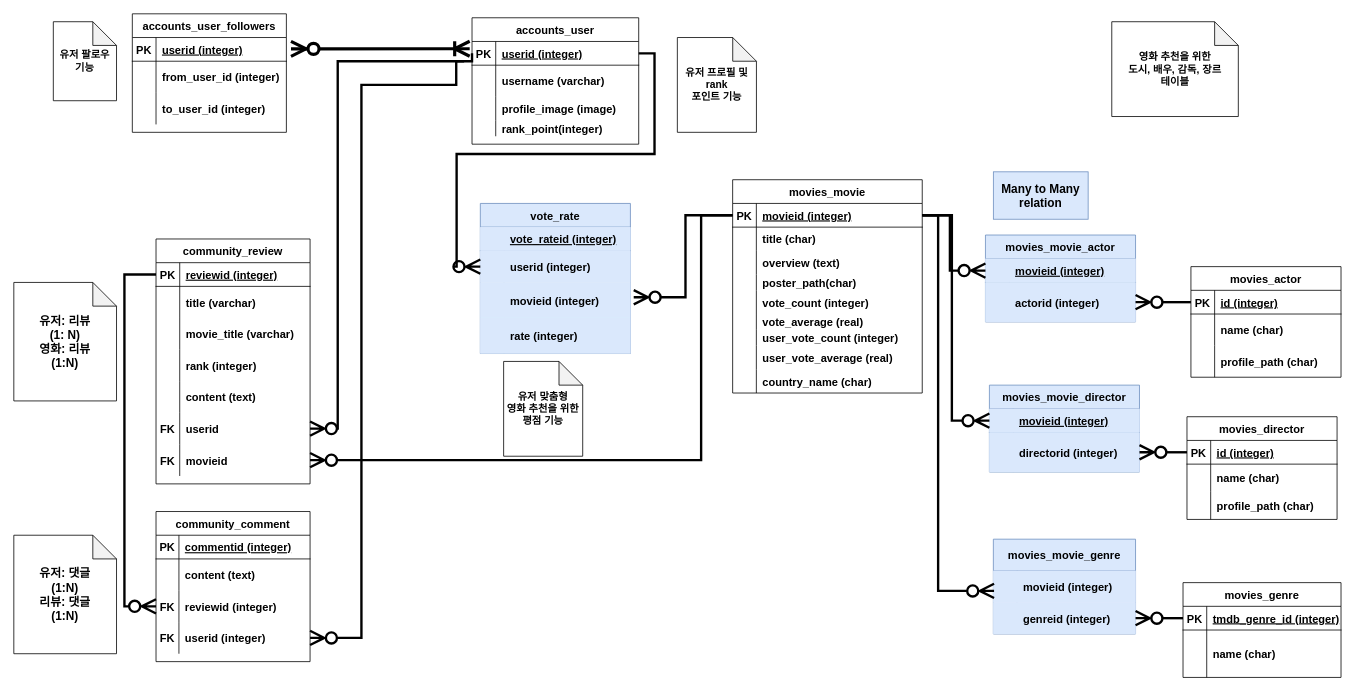
The draw.io diagram sqlite-learn/prac_sql/movie_pjt.drawio in Santiago-kwp/TIL, before the edit. Source tidied: cells renumbered, new cells numbered last; positions are measured from the earlier drawing's top-left corner, leaving out a move shared by most shapes. Both pictures are drawn from the tidied source at 79%, with x=0, y=0 at pixel (13, 13).
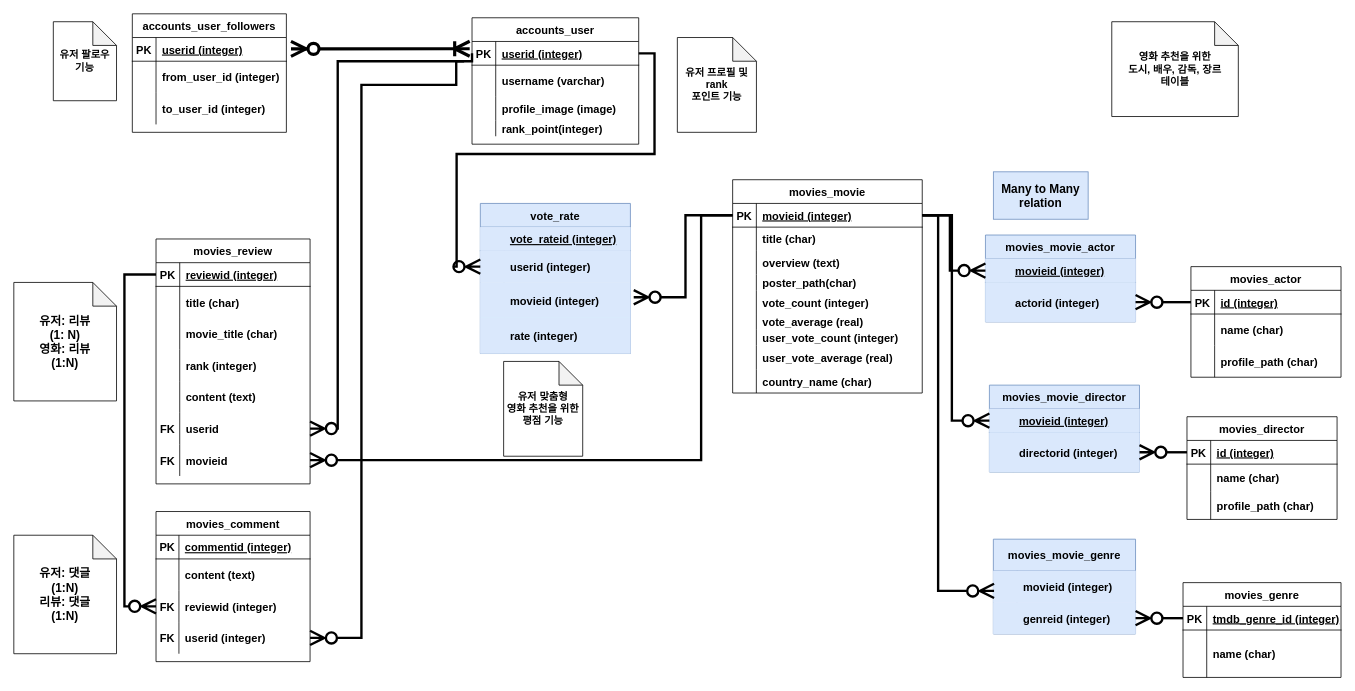
The same diagram, later.

Unchanged cells that the change refers to:
```xml
<mxCell id="59" style="shape=partialRectangle;fillColor=none;top=0;left=0;bottom=0;right=0;fontSize=14;" parent="55" vertex="1">
  <mxGeometry y="60" width="195" height="40" as="geometry" />
</mxCell>
<mxCell id="62" style="shape=partialRectangle;fillColor=none;top=0;left=0;bottom=0;right=0;fontSize=14;" parent="55" vertex="1">
  <mxGeometry y="100" width="195" height="40" as="geometry" />
</mxCell>
```

What changed in the source:
```diff
@@
-    <mxCell id="55" value="community_review" style="shape=table;startSize=30;childLayout=tableLayout;rowLines=0;fontStyle=1;align=center;fontSize=14;" parent="1" vertex="1">
+    <mxCell id="55" value="movies_review" style="shape=table;startSize=30;childLayout=tableLayout;rowLines=0;fontStyle=1;align=center;fontSize=14;" parent="1" vertex="1">
       <mxGeometry x="180" y="285" width="195" height="310" as="geometry" />
     </mxCell>
@@
-    <mxCell id="61" value="title (varchar)" style="shape=partialRectangle;fillColor=none;top=0;left=0;bottom=0;right=0;align=left;spacingLeft=6;overflow=hidden;fontSize=14;fontStyle=1;" parent="59" vertex="1">
+    <mxCell id="61" value="title (char)" style="shape=partialRectangle;fillColor=none;top=0;left=0;bottom=0;right=0;align=left;spacingLeft=6;overflow=hidden;fontSize=14;fontStyle=1;" parent="59" vertex="1">
       <mxGeometry x="30" width="165" height="40" as="geometry" />
     </mxCell>
@@
-    <mxCell id="64" value="movie_title (varchar)" style="shape=partialRectangle;fillColor=none;top=0;left=0;bottom=0;right=0;align=left;spacingLeft=6;overflow=hidden;fontSize=14;fontStyle=1;" parent="62" vertex="1">
+    <mxCell id="64" value="movie_title (char)" style="shape=partialRectangle;fillColor=none;top=0;left=0;bottom=0;right=0;align=left;spacingLeft=6;overflow=hidden;fontSize=14;fontStyle=1;" parent="62" vertex="1">
       <mxGeometry x="30" width="165" height="40" as="geometry" />
     </mxCell>
@@
-    <mxCell id="77" value="community_comment" style="shape=table;startSize=30;childLayout=tableLayout;rowLines=0;fontStyle=1;align=center;fontSize=14;" parent="1" vertex="1">
+    <mxCell id="77" value="movies_comment" style="shape=table;startSize=30;childLayout=tableLayout;rowLines=0;fontStyle=1;align=center;fontSize=14;" parent="1" vertex="1">
       <mxGeometry x="180" y="630" width="195" height="190" as="geometry" />
     </mxCell>
```
